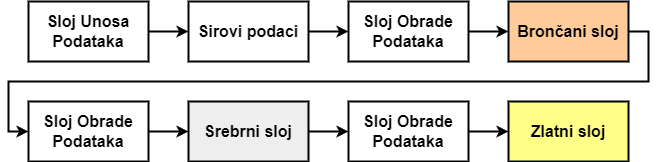
Before: images/tok_podataka.drawio.png, a diagram exported from draw.io (IvanDerdicDer/seminar2). Source tidied: cells renumbered, new cells last; positions are measured from the earlier drawing's top-left corner, leaving out a move shared by most shapes.
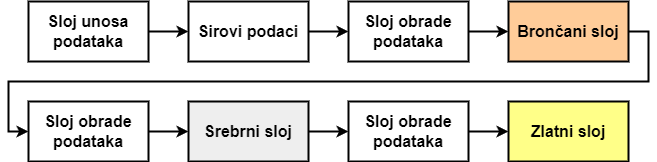
Above is the later version.

Change to the diagram source:
```diff
@@ -5,7 +5,7 @@
     <mxCell id="2" style="edgeStyle=orthogonalEdgeStyle;rounded=0;jettySize=auto;html=1;entryX=0;entryY=0.5;entryDx=0;entryDy=0;strokeWidth=2;strokeColor=#000000;" parent="1" edge="1" source="3" target="5">
       <mxGeometry relative="1" as="geometry" />
     </mxCell>
-    <mxCell id="3" value="Sloj Unosa Podataka" style="rounded=0;whiteSpace=wrap;html=1;fontSize=16;fontStyle=1;strokeWidth=2;strokeColor=#000000;" parent="1" vertex="1">
+    <mxCell id="3" value="Sloj unosa podataka" style="rounded=0;whiteSpace=wrap;html=1;fontSize=16;fontStyle=1;strokeWidth=2;strokeColor=#000000;" parent="1" vertex="1">
       <mxGeometry x="20" width="120" height="60" as="geometry" />
     </mxCell>
     <mxCell id="4" style="edgeStyle=orthogonalEdgeStyle;rounded=0;jettySize=auto;html=1;strokeWidth=2;strokeColor=#000000;" parent="1" edge="1" source="5" target="7">
@@ -17,7 +17,7 @@
     <mxCell id="6" style="edgeStyle=orthogonalEdgeStyle;rounded=0;jettySize=auto;html=1;entryX=0;entryY=0.5;entryDx=0;entryDy=0;strokeWidth=2;strokeColor=#000000;" parent="1" edge="1" source="7" target="9">
       <mxGeometry relative="1" as="geometry" />
     </mxCell>
-    <mxCell id="7" value="Sloj Obrade Podataka" style="rounded=0;whiteSpace=wrap;html=1;fontSize=16;fontStyle=1;strokeWidth=2;strokeColor=#000000;" parent="1" vertex="1">
+    <mxCell id="7" value="Sloj obrade podataka" style="rounded=0;whiteSpace=wrap;html=1;fontSize=16;fontStyle=1;strokeWidth=2;strokeColor=#000000;" parent="1" vertex="1">
       <mxGeometry x="340" width="120" height="60" as="geometry" />
     </mxCell>
     <mxCell id="8" style="edgeStyle=orthogonalEdgeStyle;rounded=0;jettySize=auto;html=1;entryX=0;entryY=0.5;entryDx=0;entryDy=0;strokeWidth=2;strokeColor=#000000;" parent="1" edge="1" source="9" target="11">
@@ -36,7 +36,7 @@
     <mxCell id="10" style="edgeStyle=orthogonalEdgeStyle;rounded=0;jettySize=auto;html=1;entryX=0;entryY=0.5;entryDx=0;entryDy=0;strokeWidth=2;strokeColor=#000000;" parent="1" edge="1" source="11" target="13">
       <mxGeometry relative="1" as="geometry" />
     </mxCell>
-    <mxCell id="11" value="Sloj Obrade Podataka" style="rounded=0;whiteSpace=wrap;html=1;fontSize=16;fontStyle=1;strokeWidth=2;strokeColor=#000000;" parent="1" vertex="1">
+    <mxCell id="11" value="Sloj obrade podataka" style="rounded=0;whiteSpace=wrap;html=1;fontSize=16;fontStyle=1;strokeWidth=2;strokeColor=#000000;" parent="1" vertex="1">
       <mxGeometry x="20" y="100" width="120" height="60" as="geometry" />
     </mxCell>
     <mxCell id="12" style="edgeStyle=orthogonalEdgeStyle;rounded=0;jettySize=auto;html=1;entryX=0;entryY=0.5;entryDx=0;entryDy=0;strokeWidth=2;strokeColor=#000000;" parent="1" edge="1" source="13" target="15">
@@ -48,7 +48,7 @@
     <mxCell id="14" style="edgeStyle=orthogonalEdgeStyle;rounded=0;jettySize=auto;html=1;entryX=0;entryY=0.5;entryDx=0;entryDy=0;strokeWidth=2;strokeColor=#000000;" parent="1" edge="1" source="15" target="16">
       <mxGeometry relative="1" as="geometry" />
     </mxCell>
-    <mxCell id="15" value="Sloj Obrade Podataka" style="rounded=0;whiteSpace=wrap;html=1;fontSize=16;fontStyle=1;strokeWidth=2;strokeColor=#000000;" parent="1" vertex="1">
+    <mxCell id="15" value="Sloj obrade podataka" style="rounded=0;whiteSpace=wrap;html=1;fontSize=16;fontStyle=1;strokeWidth=2;strokeColor=#000000;" parent="1" vertex="1">
       <mxGeometry x="340" y="100" width="120" height="60" as="geometry" />
     </mxCell>
     <mxCell id="16" value="Zlatni sloj" style="rounded=0;whiteSpace=wrap;html=1;fillColor=#ffff88;strokeColor=#000000;fontSize=16;fontStyle=1;strokeWidth=2;" parent="1" vertex="1">
```
